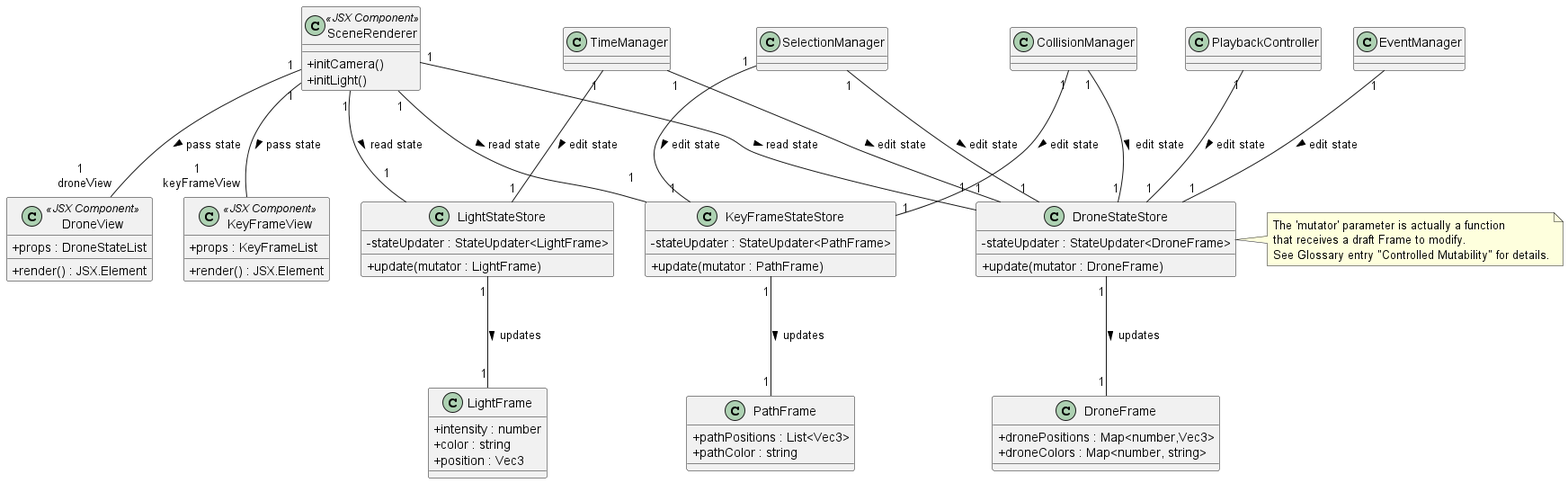
This is out/diagrams/pipelineInteractions/Simulation-Pipeline.png from nojusbarth/OFC, a PlantUML export, as it was before one commit. Source of this version:
```plantuml
@startuml name Rendering Pipeline Interaction (Controlled Mutability)


skinparam classAttributeIconSize 0
skinparam ranksep 100

class SceneRenderer <<JSX Component>> {

  + initCamera()
  + initLight()
}

class DroneView <<JSX Component>> {
  + props : DroneStateList
  + render() : JSX.Element
}

class KeyFrameView <<JSX Component>> {
  + props : KeyFrameList
  + render() : JSX.Element
}

class DroneStateStore {
  - stateUpdater : StateUpdater<DroneFrame>
  + update(mutator : DroneFrame)
}
note right of DroneStateStore
  The 'mutator' parameter is actually a function
  that receives a draft Frame to modify.
  See Glossary entry "Controlled Mutability" for details.
end note

class KeyFrameStateStore {
- stateUpdater : StateUpdater<PathFrame>
+ update(mutator : PathFrame)
}

class LightStateStore {
  - stateUpdater : StateUpdater<LightFrame>
  + update(mutator : LightFrame)
}


class DroneFrame {
  + dronePositions : Map<number,Vec3>
  + droneColors : Map<number, string>
}

class PathFrame {
  + pathPositions : List<Vec3>
  + pathColor : string
}

class LightFrame {
  + intensity : number
  + color : string
  + position : Vec3
}

class TimeManager
class PlaybackController
class SelectionManager
class CollisionManager
class EventManager

TimeManager "1"-- "1" DroneStateStore : edit state >
PlaybackController "1"-- "1" DroneStateStore : edit state >
SelectionManager "1"-- "1" DroneStateStore : edit state >
CollisionManager "1"-- "1" DroneStateStore : edit state >
EventManager "1"-- "1" DroneStateStore : edit state >

SelectionManager "1" -- "1" KeyFrameStateStore : edit state >
CollisionManager "1" -- "1" KeyFrameStateStore : edit state >
TimeManager "1" -- "1" LightStateStore : edit state >

SceneRenderer "1" -- "1 \n" DroneStateStore : read state >
SceneRenderer "1" -- "1 \n" KeyFrameStateStore : read state >
SceneRenderer "1" -- "1 \n" LightStateStore : read state >

SceneRenderer "1" -- "1 \n droneView" DroneView : pass state >
SceneRenderer "1" -- "1 \n keyFrameView" KeyFrameView : pass state >


DroneStateStore "1" -- "1" DroneFrame : updates >
KeyFrameStateStore "1" -- "1" PathFrame : updates >
LightStateStore "1" -- "1" LightFrame : updates >

@enduml
```
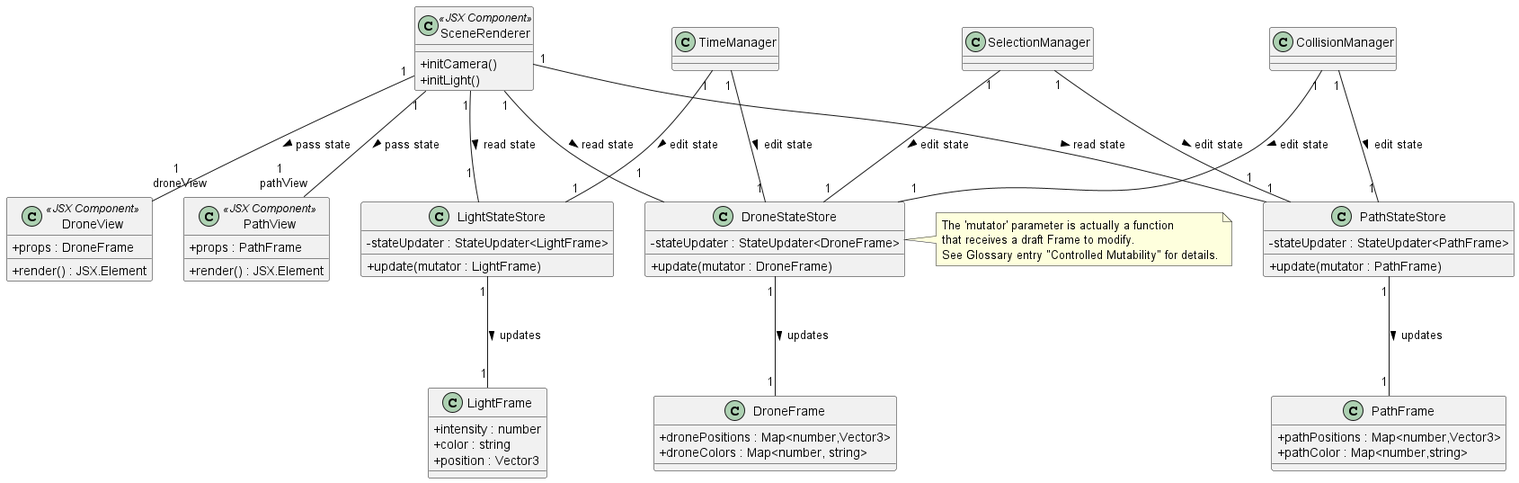
The same diagram one commit later.

Change to the diagram source:
```diff
@@ -11,12 +11,12 @@
 }
 
 class DroneView <<JSX Component>> {
-  + props : DroneStateList
+  + props : DroneFrame
   + render() : JSX.Element
 }
 
-class KeyFrameView <<JSX Component>> {
-  + props : KeyFrameList
+class PathView <<JSX Component>> {
+  + props : PathFrame
   + render() : JSX.Element
 }
 
@@ -30,7 +30,7 @@
   See Glossary entry "Controlled Mutability" for details.
 end note
 
-class KeyFrameStateStore {
+class PathStateStore {
 - stateUpdater : StateUpdater<PathFrame>
 + update(mutator : PathFrame)
 }
@@ -42,47 +42,43 @@
 
 
 class DroneFrame {
-  + dronePositions : Map<number,Vec3>
+  + dronePositions : Map<number,Vector3>
   + droneColors : Map<number, string>
 }
 
 class PathFrame {
-  + pathPositions : List<Vec3>
-  + pathColor : string
+  + pathPositions : Map<number,Vector3>
+  + pathColor : Map<number,string>
 }
 
 class LightFrame {
   + intensity : number
   + color : string
-  + position : Vec3
+  + position : Vector3
 }
 
 class TimeManager
-class PlaybackController
 class SelectionManager
 class CollisionManager
-class EventManager
 
 TimeManager "1"-- "1" DroneStateStore : edit state >
-PlaybackController "1"-- "1" DroneStateStore : edit state >
 SelectionManager "1"-- "1" DroneStateStore : edit state >
 CollisionManager "1"-- "1" DroneStateStore : edit state >
-EventManager "1"-- "1" DroneStateStore : edit state >
 
-SelectionManager "1" -- "1" KeyFrameStateStore : edit state >
-CollisionManager "1" -- "1" KeyFrameStateStore : edit state >
+SelectionManager "1" -- "1" PathStateStore : edit state >
+CollisionManager "1" -- "1" PathStateStore : edit state >
 TimeManager "1" -- "1" LightStateStore : edit state >
 
 SceneRenderer "1" -- "1 \n" DroneStateStore : read state >
-SceneRenderer "1" -- "1 \n" KeyFrameStateStore : read state >
+SceneRenderer "1" -- "1 \n" PathStateStore : read state >
 SceneRenderer "1" -- "1 \n" LightStateStore : read state >
 
 SceneRenderer "1" -- "1 \n droneView" DroneView : pass state >
-SceneRenderer "1" -- "1 \n keyFrameView" KeyFrameView : pass state >
+SceneRenderer "1" -- "1 \n pathView" PathView : pass state >
 
 
 DroneStateStore "1" -- "1" DroneFrame : updates >
-KeyFrameStateStore "1" -- "1" PathFrame : updates >
+PathStateStore "1" -- "1" PathFrame : updates >
 LightStateStore "1" -- "1" LightFrame : updates >
 
 @enduml
```
